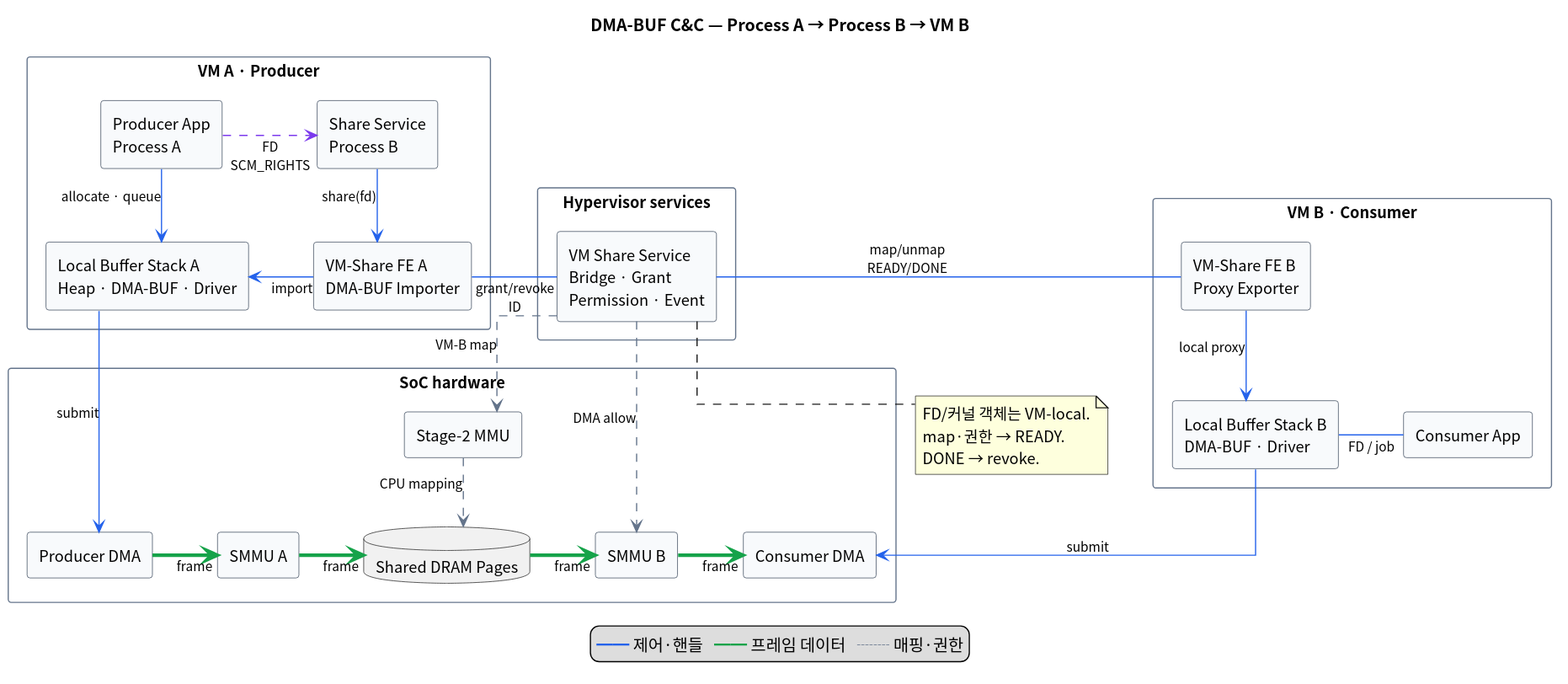
Earlier version of the PlantUML export survey/images/dmabuf_inter_vm_cc.svg (boram1288/test-p).
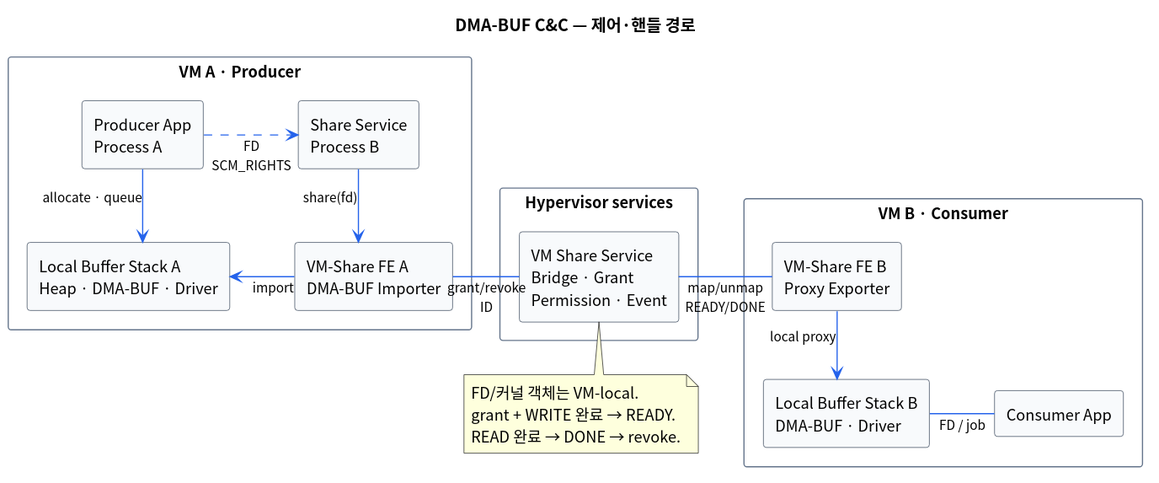
The same diagram one commit later.

What changed in the source:
```diff
@@ -1,5 +1,5 @@
 @startuml
-title DMA-BUF C&C — Process A → Process B → VM B
+title DMA-BUF C&C — 제어·핸들 경로
 
 top to bottom direction
 hide stereotype
@@ -38,16 +38,7 @@
   component "Consumer App" as CONSUMER_APP
 }
 
-package "SoC hardware" as HW {
-  component "Producer DMA" as PRODUCER_DMA
-  component "Stage-2 MMU" as STAGE2
-  component "SMMU A" as IOMMU_A
-  database "Shared DRAM Pages" as DRAM
-  component "SMMU B" as IOMMU_B
-  component "Consumer DMA" as CONSUMER_DMA
-}
-
-PRODUCER_APP -right[#7C3AED,dashed]-> SHARE_SERVICE : FD\nSCM_RIGHTS
+PRODUCER_APP -right[#2563EB,dashed]-> SHARE_SERVICE : FD\nSCM_RIGHTS
 PRODUCER_APP -down[#2563EB]-> BUFFER_A : allocate · queue
 SHARE_SERVICE -down[#2563EB]-> SHARE_FE_A : share(fd)
 SHARE_FE_A -left[#2563EB]-> BUFFER_A : import
@@ -58,25 +49,9 @@
 SHARE_FE_B -down[#2563EB]-> BUFFER_B : local proxy
 BUFFER_B -right[#2563EB]- CONSUMER_APP : FD / job
 
-BUFFER_A -down[#2563EB]-> PRODUCER_DMA : submit
-BUFFER_B -down[#2563EB]-> CONSUMER_DMA : submit
-
-VM_SHARE ..down[#64748B]> STAGE2 : VM-B map
-VM_SHARE ..down[#64748B]> IOMMU_B : DMA allow
-STAGE2 ..[#64748B]> DRAM : CPU mapping
-
-PRODUCER_DMA -right[#16A34A,thickness=3]-> IOMMU_A : frame
-IOMMU_A -right[#16A34A,thickness=3]-> DRAM : frame
-DRAM -right[#16A34A,thickness=3]-> IOMMU_B : frame
-IOMMU_B -right[#16A34A,thickness=3]-> CONSUMER_DMA : frame
-
 note bottom of VM_SHARE
   FD/커널 객체는 VM-local.
-  map·권한 → READY.
-  DONE → revoke.
+  grant + WRITE 완료 → READY.
+  READ 완료 → DONE → revoke.
 end note
-
-legend bottom
-  <color:#2563EB>━━</color> 제어·핸들   <color:#16A34A>━━</color> 프레임 데이터   <color:#64748B>┈┈</color> 매핑·권한
-endlegend
 @enduml
```
